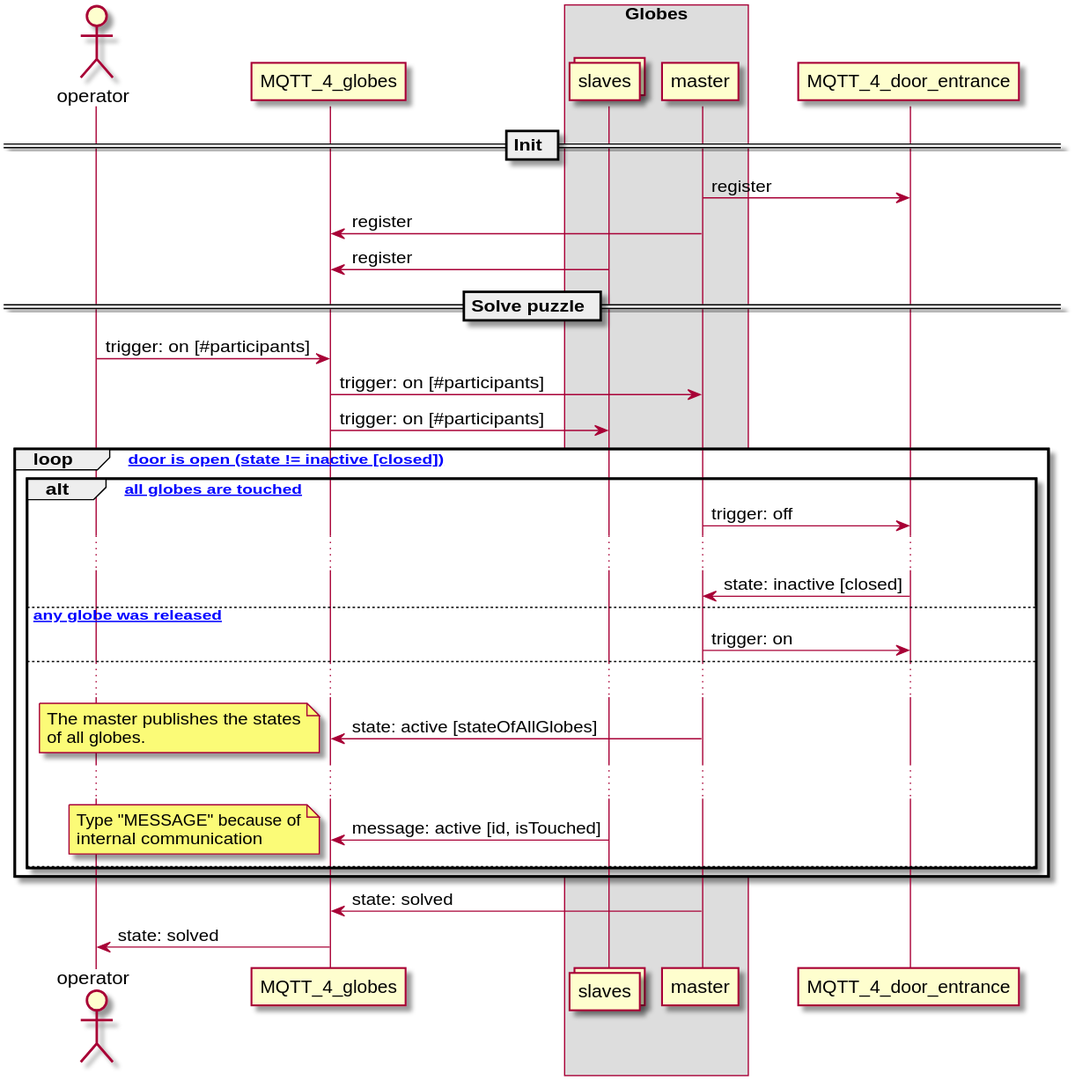
This is doc/design/group_4_puzzle_globes.svg from ubilab-ws21/operator, a PlantUML export, as it was before one commit.
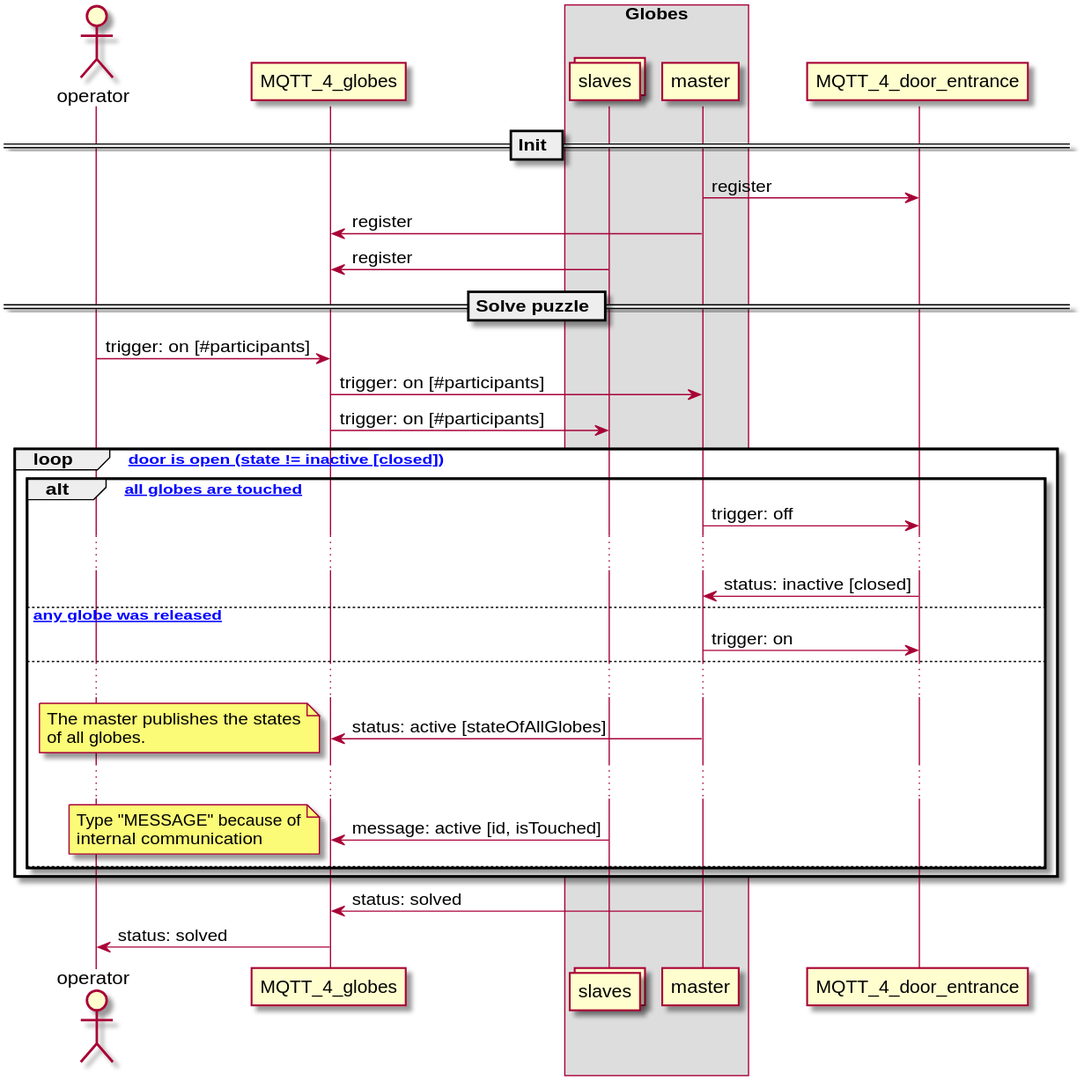
After the change.

The edit, as a diff of the source:
```diff
@@ -21,12 +21,12 @@
     alt [on all globes are touched]
         master -> MQTT_4_door_entrance: trigger: off
         ...
-        MQTT_4_door_entrance -> master: state: inactive [closed]
+        MQTT_4_door_entrance -> master: status: inactive [closed]
     else [on any globe was released]
         master -> MQTT_4_door_entrance: trigger: on
     else
         ...
-        master -> MQTT_4_globes: state: active [stateOfAllGlobes]
+        master -> MQTT_4_globes: status: active [stateOfAllGlobes]
         note left
             The master publishes the states
             of all globes.
@@ -42,6 +42,6 @@
 
 end
 
-MQTT_4_globes <- master: state: solved
-operator <- MQTT_4_globes: state: solved
+MQTT_4_globes <- master: status: solved
+operator <- MQTT_4_globes: status: solved
 @enduml
```
